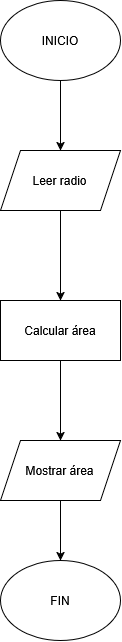
Before: Primer_Trimestre/UD_1_Introduccion_a_la_programación/Ejercicio_4/diagramaEjercicio4.png, a diagram exported from draw.io (fnavcac/prog26-27). Source tidied: cells renumbered, new cells last; positions are measured from the earlier drawing's top-left corner, leaving out a move shared by most shapes.
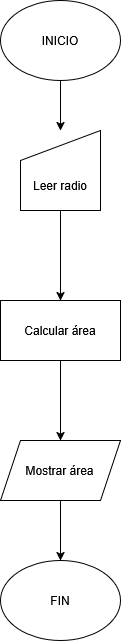
Above is the later version.

Commit message:
Corregido el diagrama del ejercicio 4

Diff of the diagram source:
```diff
@@ -2,6 +2,14 @@
   <root>
     <mxCell id="0" />
     <mxCell id="1" parent="0" />
+    <mxCell id="11" style="edgeStyle=orthogonalEdgeStyle;rounded=0;jettySize=auto;html=1;" parent="1" edge="1" source="2" target="9">
+      <mxGeometry relative="1" as="geometry">
+        <Array as="points">
+          <mxPoint x="60" y="150" />
+          <mxPoint x="60" y="150" />
+        </Array>
+      </mxGeometry>
+    </mxCell>
     <mxCell id="2" value="INICIO" style="ellipse;whiteSpace=wrap;html=1;shapeInside=1;" parent="1" vertex="1">
       <mxGeometry width="120" height="80" as="geometry" />
     </mxCell>
@@ -11,11 +19,6 @@
     <mxCell id="4" value="Calcular área" style="rounded=0;whiteSpace=wrap;html=1;" parent="1" vertex="1">
       <mxGeometry y="300" width="120" height="60" as="geometry" />
     </mxCell>
-    <mxCell id="5" style="endArrow=classic;html=1;rounded=0;entryX=0.5;entryY=0;entryDx=0;entryDy=0;exitX=0.5;exitY=1;exitDx=0;exitDy=0;" parent="1" edge="1" source="2">
-      <mxGeometry relative="1" as="geometry">
-        <mxPoint x="60" y="150" as="targetPoint" />
-      </mxGeometry>
-    </mxCell>
     <mxCell id="6" style="endArrow=classic;html=1;rounded=0;entryX=0.5;entryY=0;entryDx=0;entryDy=0;exitX=0.5;exitY=1;exitDx=0;exitDy=0;" parent="1" edge="1" target="4">
       <mxGeometry relative="1" as="geometry">
         <mxPoint x="60" y="210" as="sourcePoint" />
@@ -31,11 +34,11 @@
         <mxPoint x="60" y="500" as="sourcePoint" />
       </mxGeometry>
     </mxCell>
+    <mxCell id="10" value="Mostrar área" style="shape=parallelogram;perimeter=parallelogramPerimeter;whiteSpace=wrap;html=1;shapeInside=1;fixedSize=1;" parent="1" vertex="1">
+      <mxGeometry y="440" width="120" height="60" as="geometry" />
+    </mxCell>
-    <mxCell id="9" value="Leer radio" style="shape=parallelogram;perimeter=parallelogramPerimeter;whiteSpace=wrap;html=1;shapeInside=1;fixedSize=1;" parent="1" vertex="1">
-      <mxGeometry y="150" width="120" height="60" as="geometry" />
+    <mxCell id="9" value="Leer radio" style="shape=manualInput;boundedLbl=1;whiteSpace=wrap;html=1;" parent="1" vertex="1">
+      <mxGeometry x="20" y="130" width="80" height="80" as="geometry" />
     </mxCell>
-    <mxCell id="10" value="Mostrar área" style="shape=parallelogram;perimeter=parallelogramPerimeter;whiteSpace=wrap;html=1;shapeInside=1;fixedSize=1;" parent="1" vertex="1">
-      <mxGeometry y="440" width="120" height="60" as="geometry" />
-    </mxCell>
   </root>
 </mxGraphModel>
```
